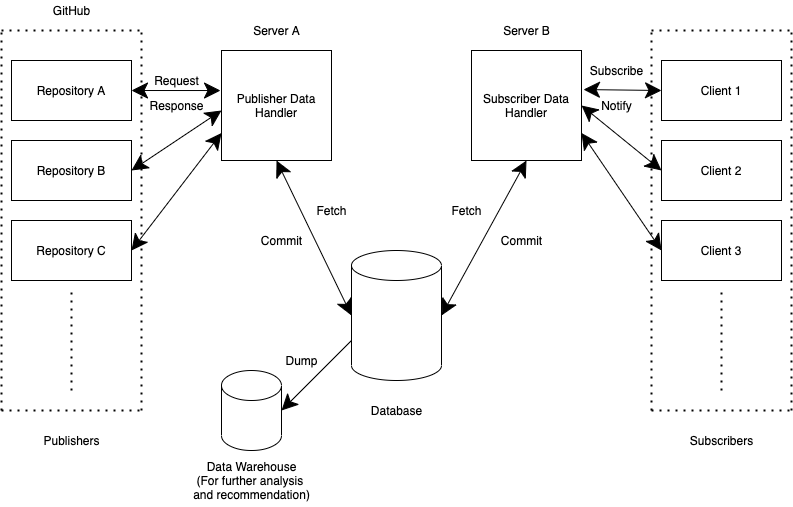
Above: DS-Project-1.png in DaleSid/github-notifier (draw.io), before the change. Source tidied: cells renumbered, new cells last; positions are measured from the earlier drawing's top-left corner, leaving out a move shared by most shapes. Source of this version:
```xml
<mxGraphModel>
  <root>
    <mxCell id="0" />
    <mxCell id="1" parent="0" />
    <mxCell id="2" value="Repository A" style="rounded=0;whiteSpace=wrap;html=1;hachureGap=4;" parent="1" vertex="1">
      <mxGeometry x="10" y="60" width="120" height="60" as="geometry" />
    </mxCell>
    <mxCell id="3" value="Repository B" style="rounded=0;whiteSpace=wrap;html=1;hachureGap=4;" parent="1" vertex="1">
      <mxGeometry x="10" y="140" width="120" height="60" as="geometry" />
    </mxCell>
    <mxCell id="4" value="Repository C" style="rounded=0;whiteSpace=wrap;html=1;hachureGap=4;" parent="1" vertex="1">
      <mxGeometry x="10" y="220" width="120" height="60" as="geometry" />
    </mxCell>
    <mxCell id="5" style="endArrow=none;dashed=1;html=1;dashPattern=1 3;strokeWidth=2;startSize=14;endSize=14;sourcePerimeterSpacing=8;targetPerimeterSpacing=8;" parent="1" edge="1">
      <mxGeometry relative="1" as="geometry">
        <mxPoint y="410" as="sourcePoint" />
        <mxPoint y="30" as="targetPoint" />
      </mxGeometry>
    </mxCell>
    <mxCell id="6" style="endArrow=none;dashed=1;html=1;dashPattern=1 3;strokeWidth=2;startSize=14;endSize=14;sourcePerimeterSpacing=8;targetPerimeterSpacing=8;" parent="1" edge="1">
      <mxGeometry relative="1" as="geometry">
        <mxPoint x="140" y="410" as="sourcePoint" />
        <mxPoint x="140" y="30" as="targetPoint" />
      </mxGeometry>
    </mxCell>
    <mxCell id="7" style="endArrow=none;dashed=1;html=1;dashPattern=1 3;strokeWidth=2;startSize=14;endSize=14;sourcePerimeterSpacing=8;targetPerimeterSpacing=8;" parent="1" edge="1">
      <mxGeometry relative="1" as="geometry">
        <mxPoint y="410" as="sourcePoint" />
        <mxPoint x="140" y="410" as="targetPoint" />
      </mxGeometry>
    </mxCell>
    <mxCell id="8" style="endArrow=none;dashed=1;html=1;dashPattern=1 3;strokeWidth=2;startSize=14;endSize=14;sourcePerimeterSpacing=8;targetPerimeterSpacing=8;" parent="1" edge="1">
      <mxGeometry relative="1" as="geometry">
        <mxPoint y="30" as="sourcePoint" />
        <mxPoint x="140" y="30" as="targetPoint" />
      </mxGeometry>
    </mxCell>
    <mxCell id="9" style="endArrow=none;dashed=1;html=1;dashPattern=1 3;strokeWidth=2;startSize=14;endSize=14;sourcePerimeterSpacing=8;targetPerimeterSpacing=8;" parent="1" edge="1">
      <mxGeometry relative="1" as="geometry">
        <mxPoint x="70" y="390" as="sourcePoint" />
        <mxPoint x="70" y="290" as="targetPoint" />
      </mxGeometry>
    </mxCell>
    <mxCell id="10" value="Client 1" style="rounded=0;whiteSpace=wrap;html=1;hachureGap=4;" parent="1" vertex="1">
      <mxGeometry x="660" y="60" width="120" height="60" as="geometry" />
    </mxCell>
    <mxCell id="11" value="Client 2" style="rounded=0;whiteSpace=wrap;html=1;hachureGap=4;" parent="1" vertex="1">
      <mxGeometry x="660" y="140" width="120" height="60" as="geometry" />
    </mxCell>
    <mxCell id="12" value="Client 3" style="rounded=0;whiteSpace=wrap;html=1;hachureGap=4;" parent="1" vertex="1">
      <mxGeometry x="660" y="220" width="120" height="60" as="geometry" />
    </mxCell>
    <mxCell id="13" style="endArrow=none;dashed=1;html=1;dashPattern=1 3;strokeWidth=2;startSize=14;endSize=14;sourcePerimeterSpacing=8;targetPerimeterSpacing=8;" parent="1" edge="1">
      <mxGeometry relative="1" as="geometry">
        <mxPoint x="650" y="410" as="sourcePoint" />
        <mxPoint x="650" y="30" as="targetPoint" />
      </mxGeometry>
    </mxCell>
    <mxCell id="14" style="endArrow=none;dashed=1;html=1;dashPattern=1 3;strokeWidth=2;startSize=14;endSize=14;sourcePerimeterSpacing=8;targetPerimeterSpacing=8;" parent="1" edge="1">
      <mxGeometry relative="1" as="geometry">
        <mxPoint x="790" y="410" as="sourcePoint" />
        <mxPoint x="790" y="30" as="targetPoint" />
      </mxGeometry>
    </mxCell>
    <mxCell id="15" style="endArrow=none;dashed=1;html=1;dashPattern=1 3;strokeWidth=2;startSize=14;endSize=14;sourcePerimeterSpacing=8;targetPerimeterSpacing=8;" parent="1" edge="1">
      <mxGeometry relative="1" as="geometry">
        <mxPoint x="650" y="410" as="sourcePoint" />
        <mxPoint x="790" y="410" as="targetPoint" />
      </mxGeometry>
    </mxCell>
    <mxCell id="16" style="endArrow=none;dashed=1;html=1;dashPattern=1 3;strokeWidth=2;startSize=14;endSize=14;sourcePerimeterSpacing=8;targetPerimeterSpacing=8;" parent="1" edge="1">
      <mxGeometry relative="1" as="geometry">
        <mxPoint x="650" y="30" as="sourcePoint" />
        <mxPoint x="790" y="30" as="targetPoint" />
      </mxGeometry>
    </mxCell>
    <mxCell id="17" style="endArrow=none;dashed=1;html=1;dashPattern=1 3;strokeWidth=2;startSize=14;endSize=14;sourcePerimeterSpacing=8;targetPerimeterSpacing=8;" parent="1" edge="1">
      <mxGeometry relative="1" as="geometry">
        <mxPoint x="720" y="390" as="sourcePoint" />
        <mxPoint x="720" y="290" as="targetPoint" />
      </mxGeometry>
    </mxCell>
    <mxCell id="18" value="Subscribers" style="text;html=1;align=center;verticalAlign=middle;strokeColor=none;fillColor=none;" parent="1" vertex="1">
      <mxGeometry x="680" y="430" width="80" height="20" as="geometry" />
    </mxCell>
    <mxCell id="19" value="Publishers" style="text;html=1;align=center;verticalAlign=middle;strokeColor=none;fillColor=none;" parent="1" vertex="1">
      <mxGeometry x="35" y="430" width="70" height="20" as="geometry" />
    </mxCell>
    <mxCell id="20" value="GitHub" style="text;html=1;align=center;verticalAlign=middle;strokeColor=none;fillColor=none;" parent="1" vertex="1">
      <mxGeometry x="45" width="50" height="20" as="geometry" />
    </mxCell>
    <mxCell id="21" style="shape=cylinder3;whiteSpace=wrap;html=1;boundedLbl=1;backgroundOutline=1;size=15;hachureGap=4;" parent="1" vertex="1">
      <mxGeometry x="350" y="250" width="90" height="130" as="geometry" />
    </mxCell>
    <mxCell id="22" value="Database" style="text;html=1;align=center;verticalAlign=middle;strokeColor=none;fillColor=none;" parent="1" vertex="1">
      <mxGeometry x="360" y="400" width="70" height="20" as="geometry" />
    </mxCell>
    <mxCell id="23" value="&lt;span&gt;Publisher Data Handler&lt;/span&gt;" style="whiteSpace=wrap;html=1;hachureGap=4;" parent="1" vertex="1">
      <mxGeometry x="220" y="50" width="110" height="110" as="geometry" />
    </mxCell>
    <mxCell id="24" value="Subscriber Data Handler" style="whiteSpace=wrap;html=1;hachureGap=4;" parent="1" vertex="1">
      <mxGeometry x="470" y="50" width="110" height="110" as="geometry" />
    </mxCell>
    <mxCell id="25" style="shape=cylinder3;whiteSpace=wrap;html=1;boundedLbl=1;backgroundOutline=1;size=15;hachureGap=4;" parent="1" vertex="1">
      <mxGeometry x="220" y="370" width="60" height="80" as="geometry" />
    </mxCell>
    <mxCell id="26" style="endArrow=classic;startArrow=classic;html=1;startSize=14;endSize=14;sourcePerimeterSpacing=8;targetPerimeterSpacing=8;entryX=0;entryY=0.5;entryDx=0;entryDy=0;exitX=1.018;exitY=0.355;exitDx=0;exitDy=0;exitPerimeter=0;" parent="1" edge="1" source="24" target="10">
      <mxGeometry relative="1" as="geometry" />
    </mxCell>
    <mxCell id="27" style="endArrow=classic;startArrow=classic;html=1;startSize=14;endSize=14;sourcePerimeterSpacing=8;targetPerimeterSpacing=8;entryX=0;entryY=0.5;entryDx=0;entryDy=0;exitX=1;exitY=0.5;exitDx=0;exitDy=0;" parent="1" edge="1" source="24" target="11">
      <mxGeometry relative="1" as="geometry" />
    </mxCell>
    <mxCell id="28" style="endArrow=classic;startArrow=classic;html=1;startSize=14;endSize=14;sourcePerimeterSpacing=8;targetPerimeterSpacing=8;entryX=0;entryY=0.5;entryDx=0;entryDy=0;exitX=1;exitY=0.75;exitDx=0;exitDy=0;" parent="1" edge="1" source="24" target="12">
      <mxGeometry relative="1" as="geometry" />
    </mxCell>
    <mxCell id="29" style="endArrow=classic;startArrow=classic;html=1;startSize=14;endSize=14;sourcePerimeterSpacing=8;targetPerimeterSpacing=8;entryX=1;entryY=0.5;entryDx=0;entryDy=0;exitX=-0.009;exitY=0.364;exitDx=0;exitDy=0;exitPerimeter=0;" parent="1" edge="1" source="23" target="2">
      <mxGeometry relative="1" as="geometry" />
    </mxCell>
    <mxCell id="30" style="endArrow=classic;startArrow=classic;html=1;startSize=14;endSize=14;sourcePerimeterSpacing=8;targetPerimeterSpacing=8;entryX=1;entryY=0.5;entryDx=0;entryDy=0;" parent="1" edge="1" target="3">
      <mxGeometry relative="1" as="geometry">
        <mxPoint x="220" y="110" as="sourcePoint" />
      </mxGeometry>
    </mxCell>
    <mxCell id="31" style="endArrow=classic;startArrow=classic;html=1;startSize=14;endSize=14;sourcePerimeterSpacing=8;targetPerimeterSpacing=8;entryX=1;entryY=0.5;entryDx=0;entryDy=0;exitX=0;exitY=0.75;exitDx=0;exitDy=0;" parent="1" edge="1" source="23" target="4">
      <mxGeometry relative="1" as="geometry" />
    </mxCell>
    <mxCell id="32" style="endArrow=classic;startArrow=classic;html=1;startSize=14;endSize=14;sourcePerimeterSpacing=8;targetPerimeterSpacing=8;entryX=0.5;entryY=1;entryDx=0;entryDy=0;exitX=0;exitY=0.5;exitDx=0;exitDy=0;exitPerimeter=0;" parent="1" edge="1" source="21" target="23">
      <mxGeometry relative="1" as="geometry" />
    </mxCell>
    <mxCell id="33" style="endArrow=classic;startArrow=classic;html=1;startSize=14;endSize=14;sourcePerimeterSpacing=8;targetPerimeterSpacing=8;entryX=0.5;entryY=1;entryDx=0;entryDy=0;exitX=1;exitY=0.5;exitDx=0;exitDy=0;exitPerimeter=0;" parent="1" edge="1" source="21" target="24">
      <mxGeometry relative="1" as="geometry" />
    </mxCell>
    <mxCell id="34" value="Server A" style="text;html=1;align=center;verticalAlign=middle;strokeColor=none;fillColor=none;" parent="1" vertex="1">
      <mxGeometry x="245" y="20" width="60" height="20" as="geometry" />
    </mxCell>
    <mxCell id="35" value="Server B" style="text;html=1;align=center;verticalAlign=middle;strokeColor=none;fillColor=none;" parent="1" vertex="1">
      <mxGeometry x="495" y="20" width="60" height="20" as="geometry" />
    </mxCell>
    <mxCell id="36" value="Data Warehouse&lt;br&gt;(For further analysis &lt;br&gt;and recommendation)" style="text;html=1;align=center;verticalAlign=middle;strokeColor=none;fillColor=none;" parent="1" vertex="1">
      <mxGeometry x="185" y="455" width="130" height="50" as="geometry" />
    </mxCell>
    <mxCell id="37" value="Request" style="text;html=1;align=center;verticalAlign=middle;strokeColor=none;fillColor=none;" parent="1" vertex="1">
      <mxGeometry x="145" y="70" width="60" height="20" as="geometry" />
    </mxCell>
    <mxCell id="38" value="Response" style="text;html=1;align=center;verticalAlign=middle;strokeColor=none;fillColor=none;" parent="1" vertex="1">
      <mxGeometry x="140" y="95" width="70" height="20" as="geometry" />
    </mxCell>
    <mxCell id="39" value="Subscribe" style="text;html=1;align=center;verticalAlign=middle;strokeColor=none;fillColor=none;" parent="1" vertex="1">
      <mxGeometry x="580" y="60" width="70" height="20" as="geometry" />
    </mxCell>
    <mxCell id="40" value="Notify" style="text;html=1;align=center;verticalAlign=middle;strokeColor=none;fillColor=none;" parent="1" vertex="1">
      <mxGeometry x="590" y="95" width="50" height="20" as="geometry" />
    </mxCell>
    <mxCell id="41" value="Fetch" style="text;html=1;align=center;verticalAlign=middle;strokeColor=none;fillColor=none;" parent="1" vertex="1">
      <mxGeometry x="305" y="200" width="50" height="20" as="geometry" />
    </mxCell>
    <mxCell id="42" value="Commit" style="text;html=1;align=center;verticalAlign=middle;strokeColor=none;fillColor=none;" parent="1" vertex="1">
      <mxGeometry x="250" y="230" width="60" height="20" as="geometry" />
    </mxCell>
    <mxCell id="43" value="Fetch" style="text;html=1;align=center;verticalAlign=middle;strokeColor=none;fillColor=none;" parent="1" vertex="1">
      <mxGeometry x="440" y="200" width="50" height="20" as="geometry" />
    </mxCell>
    <mxCell id="44" value="Commit" style="text;html=1;align=center;verticalAlign=middle;strokeColor=none;fillColor=none;" parent="1" vertex="1">
      <mxGeometry x="490" y="230" width="60" height="20" as="geometry" />
    </mxCell>
    <mxCell id="45" style="endArrow=classic;html=1;startSize=14;endSize=14;sourcePerimeterSpacing=8;targetPerimeterSpacing=8;exitX=0;exitY=0;exitDx=0;exitDy=90;exitPerimeter=0;entryX=1;entryY=0.5;entryDx=0;entryDy=0;entryPerimeter=0;" parent="1" edge="1" source="21" target="25">
      <mxGeometry relative="1" as="geometry" />
    </mxCell>
    <mxCell id="46" value="Dump" style="text;html=1;align=center;verticalAlign=middle;strokeColor=none;fillColor=none;" parent="1" vertex="1">
      <mxGeometry x="275" y="350" width="50" height="20" as="geometry" />
    </mxCell>
  </root>
</mxGraphModel>
```
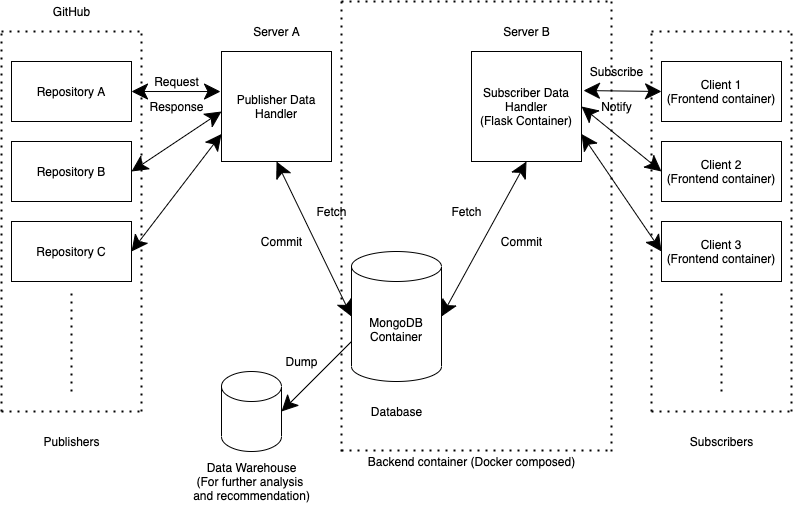
Later version of the same file.

Change to the diagram source:
```diff
@@ -41,13 +41,13 @@
         <mxPoint x="70" y="290" as="targetPoint" />
       </mxGeometry>
     </mxCell>
-    <mxCell id="10" value="Client 1" style="rounded=0;whiteSpace=wrap;html=1;hachureGap=4;" parent="1" vertex="1">
+    <mxCell id="10" value="Client 1&lt;br&gt;(Frontend container)" style="rounded=0;whiteSpace=wrap;html=1;hachureGap=4;" parent="1" vertex="1">
       <mxGeometry x="660" y="60" width="120" height="60" as="geometry" />
     </mxCell>
-    <mxCell id="11" value="Client 2" style="rounded=0;whiteSpace=wrap;html=1;hachureGap=4;" parent="1" vertex="1">
+    <mxCell id="11" value="Client 2&lt;br&gt;(Frontend container)" style="rounded=0;whiteSpace=wrap;html=1;hachureGap=4;" parent="1" vertex="1">
       <mxGeometry x="660" y="140" width="120" height="60" as="geometry" />
     </mxCell>
-    <mxCell id="12" value="Client 3" style="rounded=0;whiteSpace=wrap;html=1;hachureGap=4;" parent="1" vertex="1">
+    <mxCell id="12" value="Client 3&lt;br&gt;(Frontend container)" style="rounded=0;whiteSpace=wrap;html=1;hachureGap=4;" parent="1" vertex="1">
       <mxGeometry x="660" y="220" width="120" height="60" as="geometry" />
     </mxCell>
     <mxCell id="13" style="endArrow=none;dashed=1;html=1;dashPattern=1 3;strokeWidth=2;startSize=14;endSize=14;sourcePerimeterSpacing=8;targetPerimeterSpacing=8;" parent="1" edge="1">
@@ -89,7 +89,7 @@
     <mxCell id="20" value="GitHub" style="text;html=1;align=center;verticalAlign=middle;strokeColor=none;fillColor=none;" parent="1" vertex="1">
       <mxGeometry x="45" width="50" height="20" as="geometry" />
     </mxCell>
-    <mxCell id="21" style="shape=cylinder3;whiteSpace=wrap;html=1;boundedLbl=1;backgroundOutline=1;size=15;hachureGap=4;" parent="1" vertex="1">
+    <mxCell id="21" value="MongoDB Container" style="shape=cylinder3;whiteSpace=wrap;html=1;boundedLbl=1;backgroundOutline=1;size=15;hachureGap=4;" parent="1" vertex="1">
       <mxGeometry x="350" y="250" width="90" height="130" as="geometry" />
     </mxCell>
     <mxCell id="22" value="Database" style="text;html=1;align=center;verticalAlign=middle;strokeColor=none;fillColor=none;" parent="1" vertex="1">
@@ -98,7 +98,7 @@
     <mxCell id="23" value="&lt;span&gt;Publisher Data Handler&lt;/span&gt;" style="whiteSpace=wrap;html=1;hachureGap=4;" parent="1" vertex="1">
       <mxGeometry x="220" y="50" width="110" height="110" as="geometry" />
     </mxCell>
-    <mxCell id="24" value="Subscriber Data Handler" style="whiteSpace=wrap;html=1;hachureGap=4;" parent="1" vertex="1">
+    <mxCell id="24" value="Subscriber Data Handler&lt;br&gt;(Flask Container)" style="whiteSpace=wrap;html=1;hachureGap=4;" parent="1" vertex="1">
       <mxGeometry x="470" y="50" width="110" height="110" as="geometry" />
     </mxCell>
     <mxCell id="25" style="shape=cylinder3;whiteSpace=wrap;html=1;boundedLbl=1;backgroundOutline=1;size=15;hachureGap=4;" parent="1" vertex="1">
@@ -169,5 +169,32 @@
     <mxCell id="46" value="Dump" style="text;html=1;align=center;verticalAlign=middle;strokeColor=none;fillColor=none;" parent="1" vertex="1">
       <mxGeometry x="275" y="350" width="50" height="20" as="geometry" />
     </mxCell>
+    <mxCell id="47" style="endArrow=none;dashed=1;html=1;dashPattern=1 3;strokeWidth=2;startSize=14;endSize=14;sourcePerimeterSpacing=8;targetPerimeterSpacing=8;" parent="1" edge="1">
+      <mxGeometry relative="1" as="geometry">
+        <mxPoint x="340" as="sourcePoint" />
+        <mxPoint x="340" y="450" as="targetPoint" />
+      </mxGeometry>
+    </mxCell>
+    <mxCell id="48" style="endArrow=none;dashed=1;html=1;dashPattern=1 3;strokeWidth=2;startSize=14;endSize=14;sourcePerimeterSpacing=8;targetPerimeterSpacing=8;" parent="1" edge="1">
+      <mxGeometry relative="1" as="geometry">
+        <mxPoint x="610" as="sourcePoint" />
+        <mxPoint x="610" y="450" as="targetPoint" />
+      </mxGeometry>
+    </mxCell>
+    <mxCell id="49" style="endArrow=none;dashed=1;html=1;dashPattern=1 3;strokeWidth=2;startSize=14;endSize=14;sourcePerimeterSpacing=8;targetPerimeterSpacing=8;" parent="1" edge="1">
+      <mxGeometry relative="1" as="geometry">
+        <mxPoint x="340" y="449" as="sourcePoint" />
+        <mxPoint x="610" y="449" as="targetPoint" />
+      </mxGeometry>
+    </mxCell>
+    <mxCell id="50" style="endArrow=none;dashed=1;html=1;dashPattern=1 3;strokeWidth=2;startSize=14;endSize=14;sourcePerimeterSpacing=8;targetPerimeterSpacing=8;" parent="1" edge="1">
+      <mxGeometry relative="1" as="geometry">
+        <mxPoint x="340" as="sourcePoint" />
+        <mxPoint x="610" as="targetPoint" />
+      </mxGeometry>
+    </mxCell>
+    <mxCell id="51" value="Backend container (Docker composed)" style="text;html=1;align=center;verticalAlign=middle;strokeColor=none;fillColor=none;" parent="1" vertex="1">
+      <mxGeometry x="360" y="450" width="220" height="20" as="geometry" />
+    </mxCell>
   </root>
 </mxGraphModel>
```
